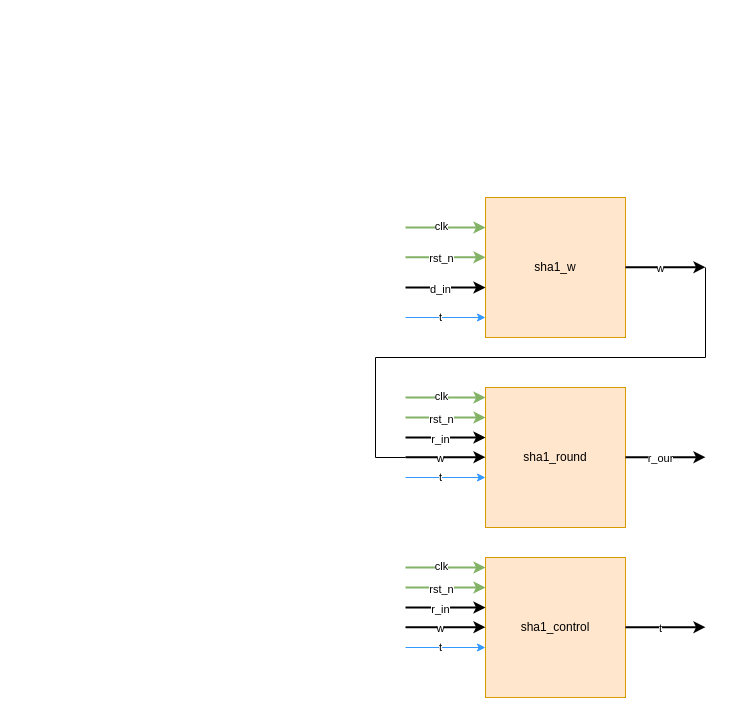
Above: SHA1.drawio in ZPNMiaoHeng/drawioFolder (draw.io), before the change. Source tidied: cells renumbered, new cells numbered last; positions are measured from the earlier drawing's top-left corner, leaving out a move shared by most shapes. Both pictures are drawn from the tidied source at 100%, with x=0, y=0 at pixel (375, 197).
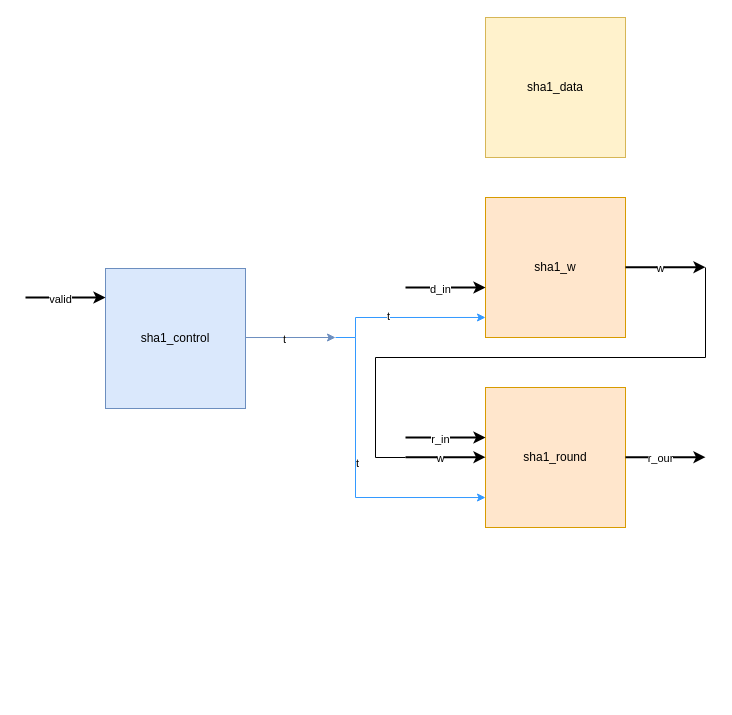
The same diagram, later.

The change refers to these unchanged cells:
```xml
<mxCell id="2" value="sha1_w" style="whiteSpace=wrap;html=1;fillColor=#ffe6cc;strokeColor=#d79b00;" parent="1" vertex="1">
  <mxGeometry x="110" width="140" height="140" as="geometry" />
</mxCell>
<mxCell id="13" value="sha1_round" style="whiteSpace=wrap;html=1;fillColor=#ffe6cc;strokeColor=#d79b00;" parent="1" vertex="1">
  <mxGeometry x="110" y="190" width="140" height="140" as="geometry" />
</mxCell>
```

What changed in the source:
```diff
@@
-    <mxCell id="3" style="endArrow=classic;html=1;rounded=0;strokeWidth=2;strokeColor=#82b366;fillColor=#d5e8d4;" parent="1" edge="1">
-      <mxGeometry relative="1" as="geometry">
-        <mxPoint x="30" y="30" as="sourcePoint" />
-        <mxPoint x="110" y="30" as="targetPoint" />
-      </mxGeometry>
-    </mxCell>
-    <mxCell id="4" value="clk" style="edgeLabel;html=1;align=center;verticalAlign=middle;" parent="3" vertex="1">
-      <mxGeometry x="-0.13" y="2" relative="1" as="geometry" />
-    </mxCell>
-    <mxCell id="5" style="endArrow=classic;html=1;rounded=0;strokeWidth=2;fillColor=#d5e8d4;strokeColor=#82b366;" parent="1" edge="1">
-      <mxGeometry relative="1" as="geometry">
-        <mxPoint x="30" y="59.8" as="sourcePoint" />
-        <mxPoint x="110" y="59.8" as="targetPoint" />
-      </mxGeometry>
-    </mxCell>
-    <mxCell id="6" value="rst_n" style="edgeLabel;html=1;align=center;verticalAlign=middle;" parent="5" vertex="1">
-      <mxGeometry x="-0.13" y="-1" relative="1" as="geometry" />
-    </mxCell>
@@
-    <mxCell id="9" style="endArrow=classic;html=1;rounded=0;strokeWidth=1;strokeColor=#3399FF;" parent="1" edge="1">
+    <mxCell id="9" style="endArrow=classic;html=1;rounded=0;strokeWidth=1;strokeColor=#3399FF;entryX=0;entryY=0.857;entryDx=0;entryDy=0;entryPerimeter=0;" parent="1" edge="1" target="2">
       <mxGeometry relative="1" as="geometry">
-        <mxPoint x="30" y="120" as="sourcePoint" />
-        <mxPoint x="110" y="120" as="targetPoint" />
+        <mxPoint x="-40" y="140" as="sourcePoint" />
+        <Array as="points">
+          <mxPoint x="-20" y="140" />
+          <mxPoint x="-20" y="120" />
+        </Array>
       </mxGeometry>
     </mxCell>
@@
-    <mxCell id="14" style="endArrow=classic;html=1;rounded=0;strokeWidth=2;fillColor=#d5e8d4;strokeColor=#82b366;" parent="1" edge="1">
-      <mxGeometry relative="1" as="geometry">
-        <mxPoint x="30" y="200" as="sourcePoint" />
-        <mxPoint x="110" y="200" as="targetPoint" />
-      </mxGeometry>
-    </mxCell>
-    <mxCell id="15" value="clk" style="edgeLabel;html=1;align=center;verticalAlign=middle;" parent="14" vertex="1">
-      <mxGeometry x="-0.13" y="2" relative="1" as="geometry" />
-    </mxCell>
-    <mxCell id="16" style="endArrow=classic;html=1;rounded=0;strokeWidth=2;fillColor=#d5e8d4;strokeColor=#82b366;" parent="1" edge="1">
-      <mxGeometry relative="1" as="geometry">
-        <mxPoint x="30" y="220" as="sourcePoint" />
-        <mxPoint x="110" y="220" as="targetPoint" />
-      </mxGeometry>
-    </mxCell>
-    <mxCell id="17" value="rst_n" style="edgeLabel;html=1;align=center;verticalAlign=middle;" parent="16" vertex="1">
-      <mxGeometry x="-0.13" y="-1" relative="1" as="geometry" />
-    </mxCell>
@@
-    <mxCell id="20" style="endArrow=classic;html=1;rounded=0;strokeWidth=1;strokeColor=#3399FF;" parent="1" edge="1">
+    <mxCell id="20" style="endArrow=classic;html=1;rounded=0;strokeWidth=1;strokeColor=#3399FF;entryX=0;entryY=0.786;entryDx=0;entryDy=0;entryPerimeter=0;" parent="1" edge="1" target="13">
       <mxGeometry relative="1" as="geometry">
-        <mxPoint x="30" y="280" as="sourcePoint" />
-        <mxPoint x="110" y="280" as="targetPoint" />
+        <mxPoint x="-20" y="140" as="sourcePoint" />
+        <Array as="points">
+          <mxPoint x="-20" y="300" />
+        </Array>
       </mxGeometry>
     </mxCell>
@@
-    <mxCell id="27" value="sha1_control" style="whiteSpace=wrap;html=1;fillColor=#ffe6cc;strokeColor=#d79b00;" parent="1" vertex="1">
-      <mxGeometry x="110" y="360" width="140" height="140" as="geometry" />
+    <mxCell id="27" value="sha1_control" style="whiteSpace=wrap;html=1;fillColor=#dae8fc;strokeColor=#6c8ebf;" parent="1" vertex="1">
+      <mxGeometry x="-270" y="71" width="140" height="140" as="geometry" />
     </mxCell>
-    <mxCell id="28" style="endArrow=classic;html=1;rounded=0;strokeWidth=2;fillColor=#d5e8d4;strokeColor=#82b366;" parent="1" edge="1">
-      <mxGeometry relative="1" as="geometry">
-        <mxPoint x="30" y="370" as="sourcePoint" />
-        <mxPoint x="110" y="370" as="targetPoint" />
-      </mxGeometry>
-    </mxCell>
-    <mxCell id="29" value="clk" style="edgeLabel;html=1;align=center;verticalAlign=middle;" parent="28" vertex="1">
-      <mxGeometry x="-0.13" y="2" relative="1" as="geometry" />
-    </mxCell>
-    <mxCell id="30" style="endArrow=classic;html=1;rounded=0;strokeWidth=2;fillColor=#d5e8d4;strokeColor=#82b366;" parent="1" edge="1">
-      <mxGeometry relative="1" as="geometry">
-        <mxPoint x="30" y="390" as="sourcePoint" />
-        <mxPoint x="110" y="390" as="targetPoint" />
-      </mxGeometry>
-    </mxCell>
-    <mxCell id="31" value="rst_n" style="edgeLabel;html=1;align=center;verticalAlign=middle;" parent="30" vertex="1">
-      <mxGeometry x="-0.13" y="-1" relative="1" as="geometry" />
-    </mxCell>
     <mxCell id="32" style="endArrow=classic;html=1;rounded=0;strokeWidth=2;" parent="1" edge="1">
       <mxGeometry relative="1" as="geometry">
-        <mxPoint x="30" y="410" as="sourcePoint" />
-        <mxPoint x="110" y="410" as="targetPoint" />
+        <mxPoint x="-350" y="100" as="sourcePoint" />
+        <mxPoint x="-270" y="100" as="targetPoint" />
       </mxGeometry>
     </mxCell>
-    <mxCell id="33" value="r_in" style="edgeLabel;html=1;align=center;verticalAlign=middle;" parent="32" vertex="1">
+    <mxCell id="33" value="valid" style="edgeLabel;html=1;align=center;verticalAlign=middle;" parent="32" vertex="1">
       <mxGeometry x="-0.15" y="-1" relative="1" as="geometry" />
     </mxCell>
-    <mxCell id="34" style="endArrow=classic;html=1;rounded=0;strokeWidth=1;strokeColor=#3399FF;" parent="1" edge="1">
-      <mxGeometry relative="1" as="geometry">
-        <mxPoint x="30" y="450" as="sourcePoint" />
-        <mxPoint x="110" y="450" as="targetPoint" />
-      </mxGeometry>
-    </mxCell>
-    <mxCell id="35" value="t" style="edgeLabel;html=1;align=center;verticalAlign=middle;" parent="34" vertex="1">
-      <mxGeometry x="-0.14" y="1" relative="1" as="geometry" />
-    </mxCell>
-    <mxCell id="36" style="endArrow=classic;html=1;rounded=0;strokeWidth=2;" parent="1" edge="1">
+    <mxCell id="36" style="endArrow=classic;html=1;rounded=0;strokeWidth=1;fillColor=#dae8fc;strokeColor=#6c8ebf;exitX=1;exitY=0.493;exitDx=0;exitDy=0;exitPerimeter=0;" parent="1" edge="1" source="27">
       <mxGeometry relative="1" as="geometry">
-        <mxPoint x="250" y="429.7" as="sourcePoint" />
-        <mxPoint x="330" y="429.7" as="targetPoint" />
+        <mxPoint x="-40" y="140" as="targetPoint" />
       </mxGeometry>
     </mxCell>
@@
-    <mxCell id="38" style="endArrow=classic;html=1;rounded=0;strokeWidth=2;" parent="1" edge="1">
-      <mxGeometry relative="1" as="geometry">
-        <mxPoint x="30" y="429.7" as="sourcePoint" />
-        <mxPoint x="110" y="429.7" as="targetPoint" />
-      </mxGeometry>
-    </mxCell>
-    <mxCell id="39" value="w" style="edgeLabel;html=1;align=center;verticalAlign=middle;" parent="38" vertex="1">
-      <mxGeometry x="-0.15" y="-1" relative="1" as="geometry" />
-    </mxCell>
+    <mxCell id="40" value="sha1_data" style="whiteSpace=wrap;html=1;fillColor=#fff2cc;strokeColor=#d6b656;" parent="1" vertex="1">
+      <mxGeometry x="110" y="-180" width="140" height="140" as="geometry" />
+    </mxCell>
```
